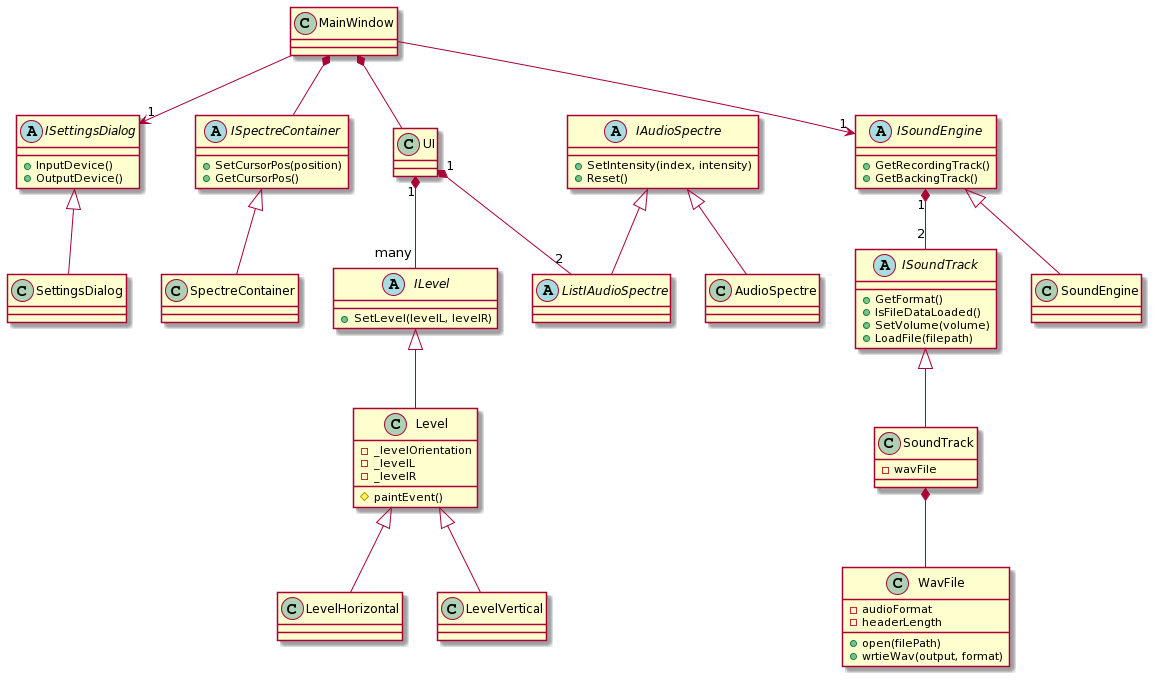
Before: Documentation/uml_diagram.png, a diagram exported from PlantUML (yanik-porto/SoundRecorder). The source it was exported from:
```plantuml
@startuml
MainWindow --> "1" ISoundEngine
MainWindow --> "1" ISettingsDialog
MainWindow *-- UI
UI "1" *-- "many" ILevel

ILevel <|-- Level
Level <|-- LevelHorizontal
Level <|-- LevelVertical

ISoundEngine <|-- SoundEngine
ISoundTrack <|-- SoundTrack

ISoundEngine "1" *-- "2" ISoundTrack

abstract class ILevel {
+SetLevel(levelL, levelR)
}

class Level {
-_levelOrientation
 -_levelL
 -_levelR
#paintEvent()
}

abstract class ISoundEngine {
+GetRecordingTrack()
+GetBackingTrack()
}

abstract class ISoundTrack {
+GetFormat()
+IsFileDataLoaded()
+SetVolume(volume)
+LoadFile(filepath)
}

class SoundTrack {
-wavFile
}

SoundTrack *-- WavFile

class WavFile {
-audioFormat
-headerLength
+open(filePath)
+wrtieWav(output, format)
}


ISettingsDialog <|-- SettingsDialog
class SettingsDialog {
}

abstract class ISettingsDialog {
+InputDevice()
+OutputDevice()
}

UI "1" *-- "2" ListIAudioSpectre

IAudioSpectre <|-- AudioSpectre
IAudioSpectre <|-- ListIAudioSpectre


abstract class IAudioSpectre {
+SetIntensity(index, intensity)
+Reset()
}

class AudioSpectre {
}

abstract class ListIAudioSpectre {
}


MainWindow *-- ISpectreContainer
ISpectreContainer <|-- SpectreContainer

abstract class ISpectreContainer {
+SetCursorPos(position)
+GetCursorPos()
}

class SpectreContainer {
}
@enduml
```
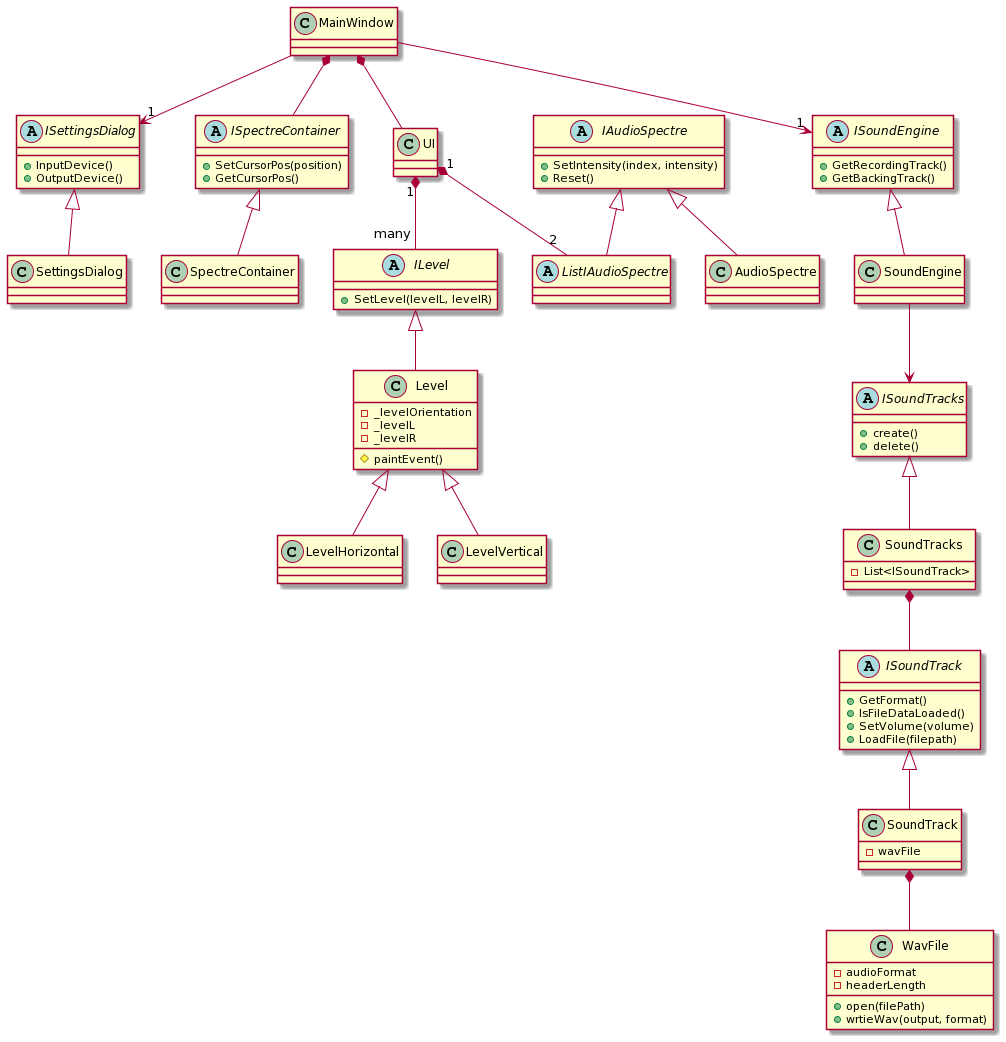
The same diagram one commit later.

Commit message:
update uml diagram

Diff of the diagram source:
```diff
@@ -11,7 +11,7 @@
 ISoundEngine <|-- SoundEngine
 ISoundTrack <|-- SoundTrack
 
-ISoundEngine "1" *-- "2" ISoundTrack
+SoundEngine --> ISoundTracks
 
 abstract class ILevel {
 +SetLevel(levelL, levelR)
@@ -87,4 +87,16 @@
 
 class SpectreContainer {
 }
+
+ISoundTracks <|-- SoundTracks
+SoundTracks *-- ISoundTrack
+
+abstract class ISoundTracks {
++create()
++delete()
+}
+
+class SoundTracks {
+- List<ISoundTrack>
+}
 @enduml
```
